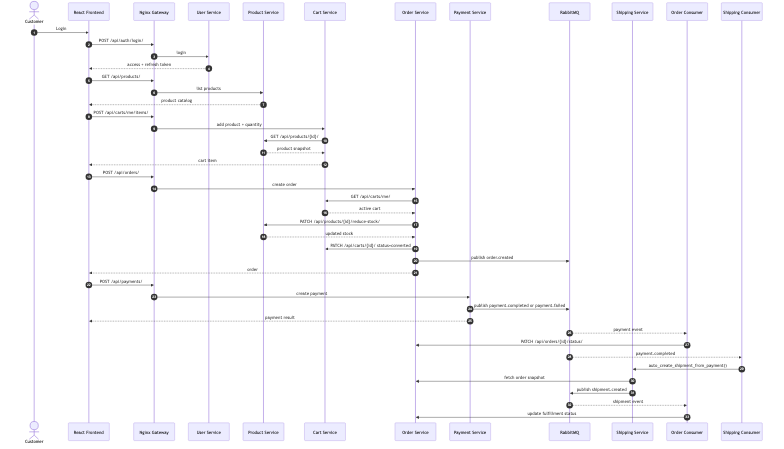
Above: docs/images/15-sequence-purchase.png in Nanyak/final_kttkpm (Mermaid), before the change. Its source is kept beside it as docs/images/15-sequence-purchase.mmd.
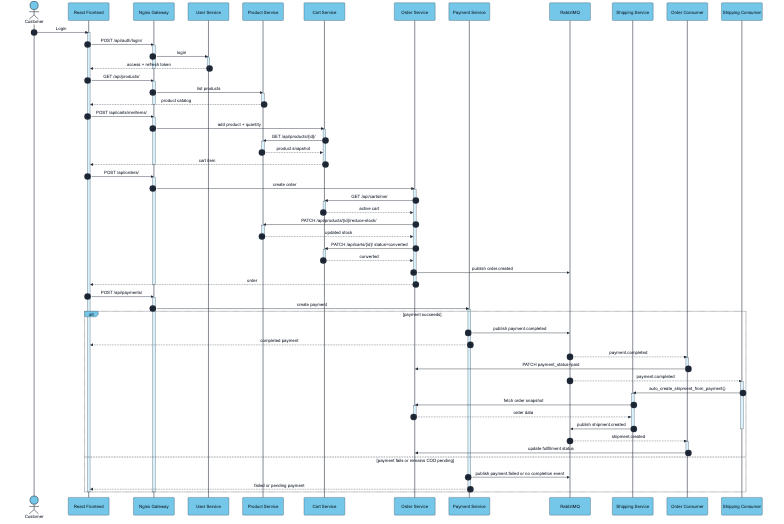
The same file after the commit.

Diff of the diagram source:
```diff
@@ -1,3 +1,4 @@
+%%{init: {"theme": "base", "themeVariables": {"actorBkg": "#74c7e8", "actorBorder": "#1f2937", "actorTextColor": "#111827", "signalColor": "#1f2937", "signalTextColor": "#111827", "activationBkgColor": "#d8f1fb", "activationBorderColor": "#1f2937", "sequenceNumberColor": "#111827", "fontFamily": "Arial"}}}%%
 sequenceDiagram
   autonumber
   actor Customer
@@ -14,35 +15,86 @@
   participant SC as Shipping Consumer
 
   Customer->>FE: Login
+  activate FE
   FE->>GW: POST /api/auth/login/
+  activate GW
   GW->>User: login
+  activate User
   User-->>FE: access + refresh token
+  deactivate User
+  deactivate GW
+
   FE->>GW: GET /api/products/
+  activate GW
   GW->>Product: list products
+  activate Product
   Product-->>FE: product catalog
+  deactivate Product
+  deactivate GW
+
   FE->>GW: POST /api/carts/me/items/
+  activate GW
   GW->>Cart: add product + quantity
+  activate Cart
   Cart->>Product: GET /api/products/{id}/
+  activate Product
   Product-->>Cart: product snapshot
+  deactivate Product
   Cart-->>FE: cart item
+  deactivate Cart
+  deactivate GW
+
   FE->>GW: POST /api/orders/
+  activate GW
   GW->>Order: create order
+  activate Order
   Order->>Cart: GET /api/carts/me/
+  activate Cart
   Cart-->>Order: active cart
+  deactivate Cart
   Order->>Product: PATCH /api/products/{id}/reduce-stock/
+  activate Product
   Product-->>Order: updated stock
+  deactivate Product
   Order->>Cart: PATCH /api/carts/{id}/ status=converted
+  activate Cart
+  Cart-->>Order: converted
+  deactivate Cart
   Order->>MQ: publish order.created
   Order-->>FE: order
+  deactivate Order
+  deactivate GW
+
   FE->>GW: POST /api/payments/
+  activate GW
   GW->>Payment: create payment
-  Payment->>MQ: publish payment.completed or payment.failed
-  Payment-->>FE: payment result
-  MQ-->>OC: payment event
-  OC->>Order: PATCH /api/orders/{id}/status/
-  MQ-->>SC: payment.completed
-  SC->>Ship: auto_create_shipment_from_payment()
-  Ship->>Order: fetch order snapshot
-  Ship->>MQ: publish shipment.created
-  MQ-->>OC: shipment event
-  OC->>Order: update fulfillment status
+  activate Payment
+  alt payment succeeds
+    Payment->>MQ: publish payment.completed
+    Payment-->>FE: completed payment
+    MQ-->>OC: payment.completed
+    activate OC
+    OC->>Order: PATCH payment_status=paid
+    deactivate OC
+    MQ-->>SC: payment.completed
+    activate SC
+    SC->>Ship: auto_create_shipment_from_payment()
+    activate Ship
+    Ship->>Order: fetch order snapshot
+    activate Order
+    Order-->>Ship: order data
+    deactivate Order
+    Ship->>MQ: publish shipment.created
+    deactivate Ship
+    deactivate SC
+    MQ-->>OC: shipment.created
+    activate OC
+    OC->>Order: update fulfillment status
+    deactivate OC
+  else payment fails or remains COD pending
+    Payment->>MQ: publish payment.failed or no completion event
+    Payment-->>FE: failed or pending payment
+  end
+  deactivate Payment
+  deactivate GW
+  deactivate FE
```
